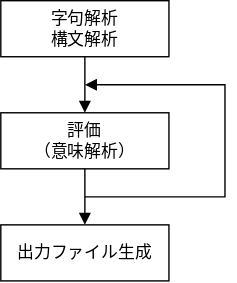
The draw.io diagram src/images/マルチパス.svg in dogatana/yas80-docs, before a commit. Source tidied: cells renumbered, new cells last; positions are measured from the earlier drawing's top-left corner, leaving out a move shared by most shapes. The source it was exported from:
```xml
<mxGraphModel>
  <root>
    <mxCell id="0" />
    <mxCell id="1" parent="0" />
    <mxCell id="2" value="字句解析&lt;br&gt;構文解析" style="rounded=0;whiteSpace=wrap;html=1;" parent="1" vertex="1">
      <mxGeometry width="120" height="40" as="geometry" />
    </mxCell>
    <mxCell id="3" value="評価&lt;br&gt;（意味解析）" style="rounded=0;whiteSpace=wrap;html=1;" parent="1" vertex="1">
      <mxGeometry y="80" width="120" height="40" as="geometry" />
    </mxCell>
    <mxCell id="4" value="出力ファイル生成" style="rounded=0;whiteSpace=wrap;html=1;" parent="1" vertex="1">
      <mxGeometry y="160" width="120" height="40" as="geometry" />
    </mxCell>
    <mxCell id="5" style="endArrow=block;html=1;rounded=0;exitX=0.5;exitY=1;exitDx=0;exitDy=0;endFill=1;" parent="1" edge="1" source="2" target="3">
      <mxGeometry relative="1" as="geometry" />
    </mxCell>
    <mxCell id="6" style="endArrow=block;html=1;rounded=0;exitX=0.5;exitY=1;exitDx=0;exitDy=0;endFill=1;" parent="1" edge="1" source="3" target="4">
      <mxGeometry relative="1" as="geometry" />
    </mxCell>
    <mxCell id="7" style="edgeStyle=elbowEdgeStyle;endArrow=block;html=1;rounded=0;endSize=6;startSize=8;endFill=1;" parent="1" edge="1">
      <mxGeometry relative="1" as="geometry">
        <mxPoint x="60" y="140" as="sourcePoint" />
        <mxPoint x="60" y="60" as="targetPoint" />
        <Array as="points">
          <mxPoint x="160" y="100" />
        </Array>
      </mxGeometry>
    </mxCell>
  </root>
</mxGraphModel>
```
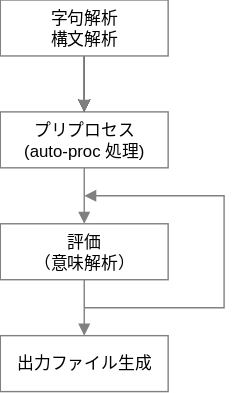
The same diagram one commit later.

Commit message:
アセンブル工程図にプリプロセスを評価

Diff of the diagram source:
```diff
@@ -2,22 +2,22 @@
   <root>
     <mxCell id="0" />
     <mxCell id="1" parent="0" />
-    <mxCell id="2" value="字句解析&lt;br&gt;構文解析" style="rounded=0;whiteSpace=wrap;html=1;" parent="1" vertex="1">
+    <mxCell id="2" value="プリプロセス&lt;br&gt;(auto-proc 処理)" style="rounded=0;whiteSpace=wrap;html=1;strokeColor=light-dark(#808080, #ededed);" parent="1" vertex="1">
       <mxGeometry width="120" height="40" as="geometry" />
     </mxCell>
-    <mxCell id="3" value="評価&lt;br&gt;（意味解析）" style="rounded=0;whiteSpace=wrap;html=1;" parent="1" vertex="1">
+    <mxCell id="3" value="評価&lt;br&gt;（意味解析）" style="rounded=0;whiteSpace=wrap;html=1;strokeColor=light-dark(#808080, #ededed);" parent="1" vertex="1">
       <mxGeometry y="80" width="120" height="40" as="geometry" />
     </mxCell>
-    <mxCell id="4" value="出力ファイル生成" style="rounded=0;whiteSpace=wrap;html=1;" parent="1" vertex="1">
+    <mxCell id="4" value="出力ファイル生成" style="rounded=0;whiteSpace=wrap;html=1;strokeColor=light-dark(#808080, #ededed);" parent="1" vertex="1">
       <mxGeometry y="160" width="120" height="40" as="geometry" />
     </mxCell>
-    <mxCell id="5" style="endArrow=block;html=1;rounded=0;exitX=0.5;exitY=1;exitDx=0;exitDy=0;endFill=1;" parent="1" edge="1" source="2" target="3">
+    <mxCell id="5" style="endArrow=block;html=1;rounded=0;exitX=0.5;exitY=1;exitDx=0;exitDy=0;endFill=1;strokeColor=light-dark(#808080, #ededed);" parent="1" edge="1" source="2" target="3">
       <mxGeometry relative="1" as="geometry" />
     </mxCell>
-    <mxCell id="6" style="endArrow=block;html=1;rounded=0;exitX=0.5;exitY=1;exitDx=0;exitDy=0;endFill=1;" parent="1" edge="1" source="3" target="4">
+    <mxCell id="6" style="endArrow=block;html=1;rounded=0;exitX=0.5;exitY=1;exitDx=0;exitDy=0;endFill=1;strokeColor=light-dark(#808080, #ededed);" parent="1" edge="1" source="3" target="4">
       <mxGeometry relative="1" as="geometry" />
     </mxCell>
-    <mxCell id="7" style="edgeStyle=elbowEdgeStyle;endArrow=block;html=1;rounded=0;endSize=6;startSize=8;endFill=1;" parent="1" edge="1">
+    <mxCell id="7" style="edgeStyle=elbowEdgeStyle;endArrow=block;html=1;rounded=0;endSize=6;startSize=8;endFill=1;strokeColor=light-dark(#808080, #ededed);" parent="1" edge="1">
       <mxGeometry relative="1" as="geometry">
         <mxPoint x="60" y="140" as="sourcePoint" />
         <mxPoint x="60" y="60" as="targetPoint" />
@@ -26,5 +26,14 @@
         </Array>
       </mxGeometry>
     </mxCell>
+    <mxCell id="8" style="edgeStyle=orthogonalEdgeStyle;rounded=0;jettySize=auto;html=1;" parent="1" edge="1" source="9" target="2">
+      <mxGeometry relative="1" as="geometry" />
+    </mxCell>
+    <mxCell id="9" value="字句解析&lt;br&gt;構文解析" style="rounded=0;whiteSpace=wrap;html=1;strokeColor=light-dark(#808080, #ededed);" parent="1" vertex="1">
+      <mxGeometry y="-80" width="120" height="40" as="geometry" />
+    </mxCell>
+    <mxCell id="10" style="endArrow=block;html=1;rounded=0;exitX=0.5;exitY=1;exitDx=0;exitDy=0;endFill=1;strokeColor=light-dark(#808080, #ededed);" parent="1" edge="1" source="9" target="2">
+      <mxGeometry relative="1" as="geometry" />
+    </mxCell>
   </root>
 </mxGraphModel>
```
